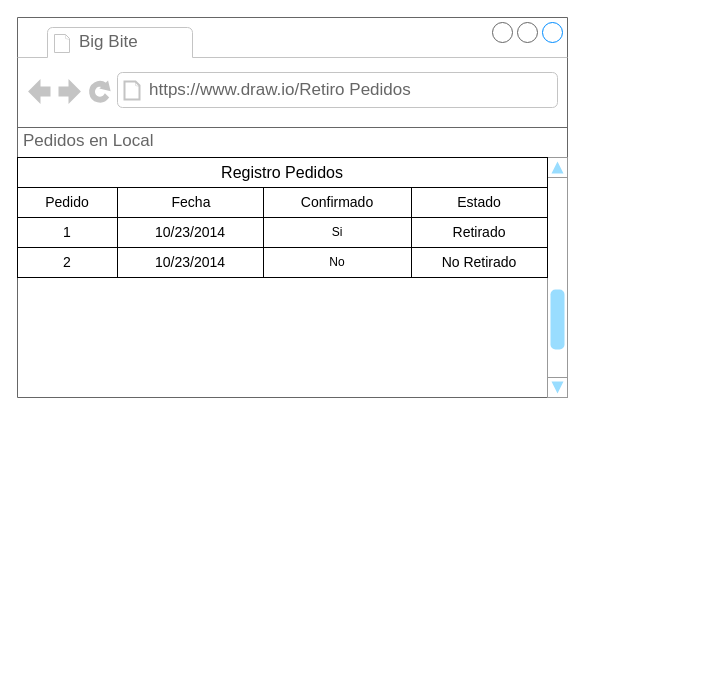
The draw.io diagram Front-End_Sprint/B13-RegistroRetiroPedidos.drawio in Giggin-html/dwm4, before the edit. Source tidied: cells renumbered, new cells numbered last; positions are measured from the earlier drawing's top-left corner, leaving out a move shared by most shapes. Both pictures are drawn from the tidied source at 100%, with x=0, y=0 at pixel (17, 17).
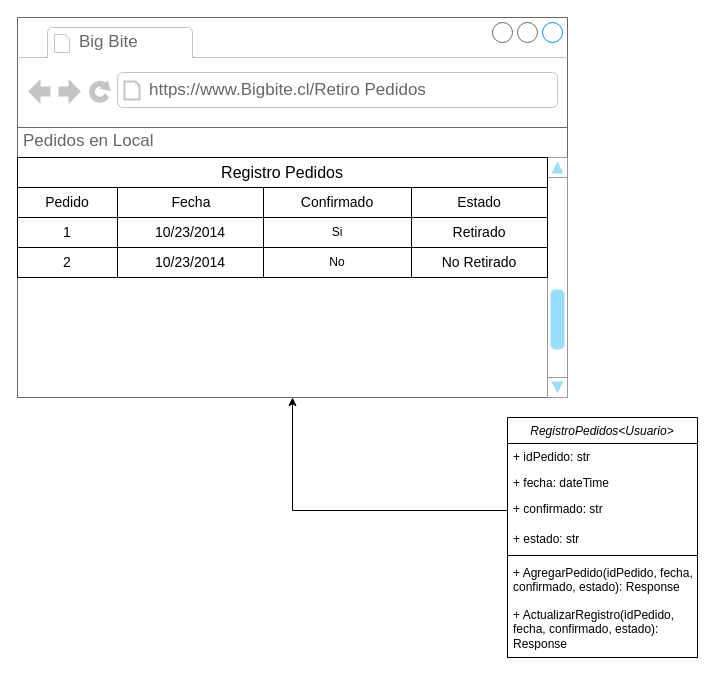
The same page after the edit.

Unchanged cells that the change refers to:
```xml
<mxCell id="2" style="strokeWidth=1;shadow=0;dashed=0;align=center;html=1;shape=mxgraph.mockup.containers.browserWindow;rSize=0;strokeColor=#666666;strokeColor2=#008cff;strokeColor3=#c4c4c4;mainText=,;" parent="1" vertex="1">
  <mxGeometry width="550" height="380" as="geometry" />
</mxCell>
```

The edit, as a diff of the source:
```diff
@@
-    <mxCell id="4" value="https://www.draw.io/Retiro Pedidos" style="strokeWidth=1;shadow=0;dashed=0;align=center;html=1;shape=mxgraph.mockup.containers.anchor;rSize=0;fontSize=17;fontColor=#666666;align=left;" parent="1" vertex="1">
+    <mxCell id="4" value="https://www.Bigbite.cl/Retiro Pedidos" style="strokeWidth=1;shadow=0;dashed=0;align=center;html=1;shape=mxgraph.mockup.containers.anchor;rSize=0;fontSize=17;fontColor=#666666;align=left;" parent="1" vertex="1">
       <mxGeometry x="130" y="60" width="250" height="26" as="geometry" />
     </mxCell>
@@
+    <mxCell id="20" style="rounded=0;whiteSpace=wrap;html=1;" parent="1" vertex="1">
+      <mxGeometry x="490" y="410" width="190" height="230" as="geometry" />
+    </mxCell>
+    <mxCell id="21" value="RegistroPedidos&lt;Usuario&gt;" style="swimlane;fontStyle=2;align=center;verticalAlign=top;horizontal=1;startSize=26;rounded=0;shadow=0;strokeWidth=1;" parent="1" vertex="1">
+      <mxGeometry x="490" y="400" width="190" height="240" as="geometry" />
+    </mxCell>
+    <mxCell id="22" value="+ idPedido: str" style="text;strokeColor=none;fillColor=none;align=left;verticalAlign=top;spacingLeft=4;spacingRight=4;overflow=hidden;whiteSpace=wrap;html=1;" parent="21" vertex="1">
+      <mxGeometry y="26" width="190" height="26" as="geometry" />
+    </mxCell>
+    <mxCell id="23" value="+ fecha: dateTime" style="text;strokeColor=none;fillColor=none;align=left;verticalAlign=top;spacingLeft=4;spacingRight=4;overflow=hidden;whiteSpace=wrap;html=1;" parent="21" vertex="1">
+      <mxGeometry y="52" width="190" height="26" as="geometry" />
+    </mxCell>
+    <mxCell id="24" value="+ confirmado: str" style="text;strokeColor=none;fillColor=none;align=left;verticalAlign=top;spacingLeft=4;spacingRight=4;overflow=hidden;points=[[0,0.5],[1,0.5]];portConstraint=eastwest;whiteSpace=wrap;html=1;" parent="21" vertex="1">
+      <mxGeometry y="78" width="190" height="30" as="geometry" />
+    </mxCell>
+    <mxCell id="25" value="+ estado: str" style="text;strokeColor=none;fillColor=none;align=left;verticalAlign=top;spacingLeft=4;spacingRight=4;overflow=hidden;whiteSpace=wrap;html=1;" parent="21" vertex="1">
+      <mxGeometry y="108" width="190" height="26" as="geometry" />
+    </mxCell>
+    <mxCell id="26" style="line;html=1;strokeWidth=1;align=left;verticalAlign=middle;spacingTop=-1;spacingLeft=3;spacingRight=3;labelPosition=right;" parent="21" vertex="1">
+      <mxGeometry y="134" width="190" height="8" as="geometry" />
+    </mxCell>
+    <mxCell id="27" value="+ AgregarPedido(idPedido, fecha, confirmado, estado): Response" style="text;strokeColor=none;fillColor=none;align=left;verticalAlign=top;spacingLeft=4;spacingRight=4;overflow=hidden;whiteSpace=wrap;html=1;" parent="21" vertex="1">
+      <mxGeometry y="142" width="190" height="42" as="geometry" />
+    </mxCell>
+    <mxCell id="28" value="+ ActualizarRegistro(idPedido, fecha, confirmado, estado): Response" style="text;strokeColor=none;fillColor=none;align=left;verticalAlign=top;spacingLeft=4;spacingRight=4;overflow=hidden;whiteSpace=wrap;html=1;" parent="21" vertex="1">
+      <mxGeometry y="184" width="190" height="46" as="geometry" />
+    </mxCell>
+    <mxCell id="29" style="endArrow=classic;html=1;rounded=0;exitX=0;exitY=0.5;exitDx=0;exitDy=0;" parent="1" edge="1" source="24" target="2">
+      <mxGeometry relative="1" as="geometry">
+        <Array as="points">
+          <mxPoint x="275" y="493" />
+        </Array>
+      </mxGeometry>
+    </mxCell>
```
